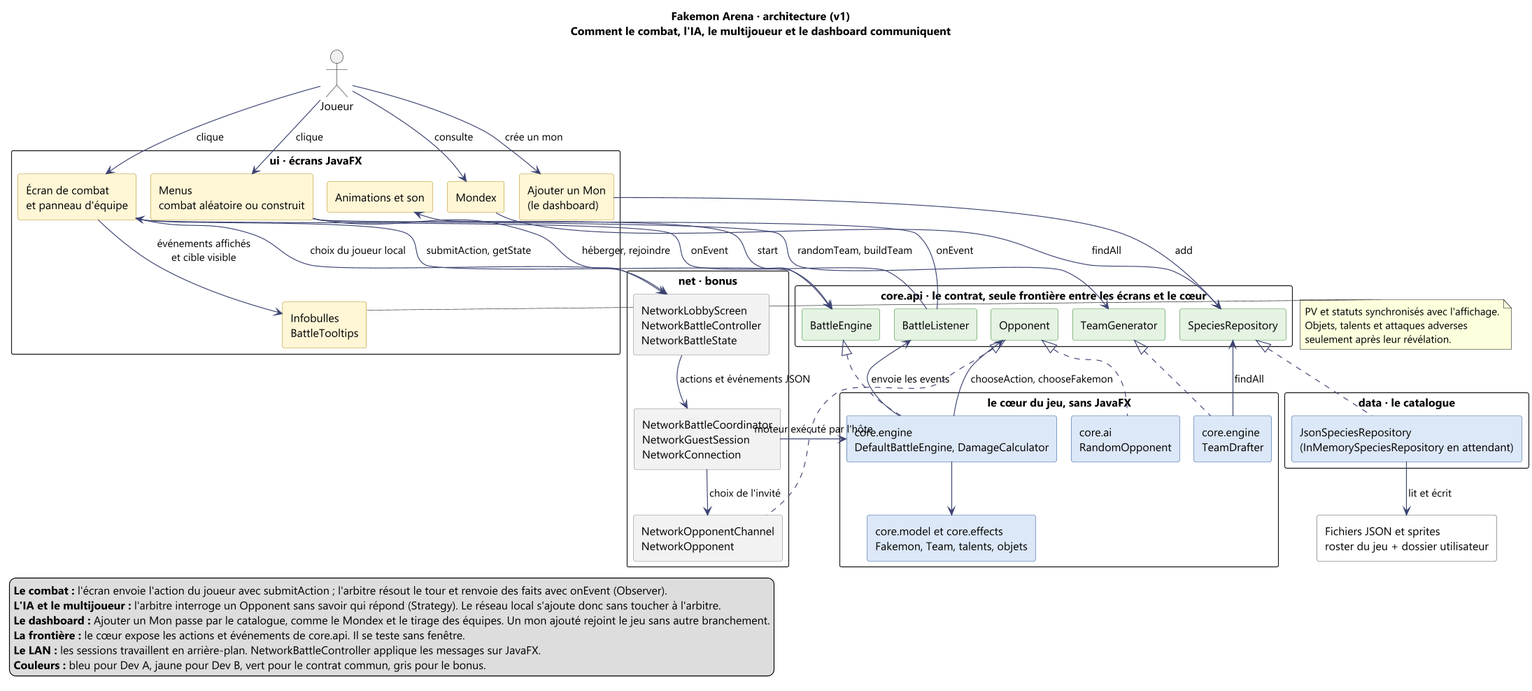
This is docs/uml/architecture.png from OnerAliCan/fakemon-arena, a PlantUML export, as it was before one commit.
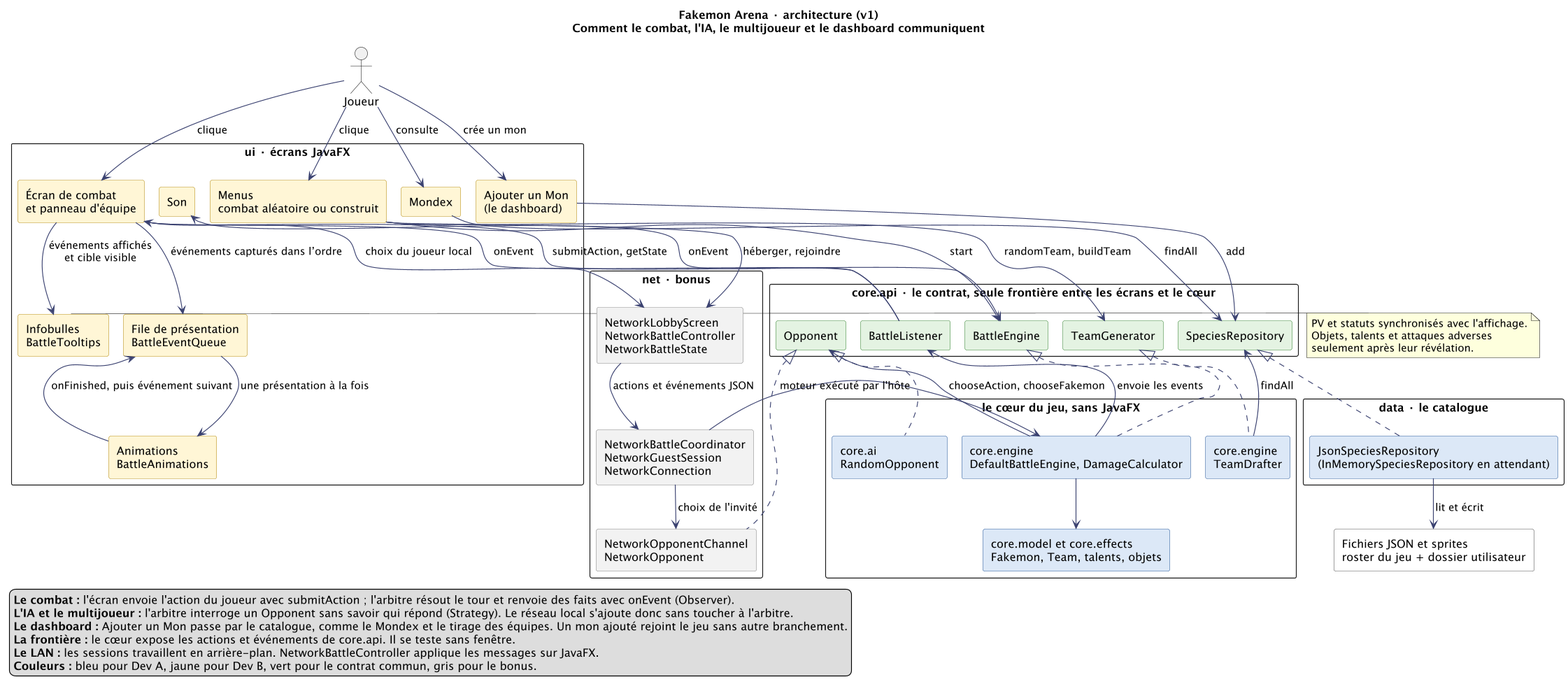
The same file after the commit.

Diff of the diagram source:
```diff
@@ -27,7 +27,9 @@
   rectangle "Menus\ncombat aléatoire ou construit" as Menus <<devB>>
   rectangle "Écran de combat\net panneau d'équipe" as Combat <<devB>>
   rectangle "Infobulles\nBattleTooltips" as Details <<devB>>
-  rectangle "Animations et son" as Son <<devB>>
+  rectangle "File de présentation\nBattleEventQueue" as Queue <<devB>>
+  rectangle "Animations\nBattleAnimations" as Anim <<devB>>
+  rectangle "Son" as Son <<devB>>
   rectangle "Mondex" as Mondex <<devB>>
   rectangle "Ajouter un Mon\n(le dashboard)" as Dashboard <<devB>>
 }
@@ -74,6 +76,9 @@
   Objets, talents et attaques adverses
   seulement après leur révélation.
 end note
+Combat --> Queue : événements capturés dans l’ordre
+Queue --> Anim : une présentation à la fois
+Anim --> Queue : onFinished, puis événement suivant
 IListener --> Son : onEvent
 Mondex --> IRepo : findAll
 Dashboard --> IRepo : add
```
